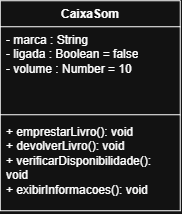
elias-ml-dev/poo-atividades keeps this draw.io diagram as exercicio-caixa-som/diagrama-caixa-som.drawio.png. Above is the earlier version. Source tidied: cells renumbered, new cells last; positions are measured from the earlier drawing's top-left corner, leaving out a move shared by most shapes.
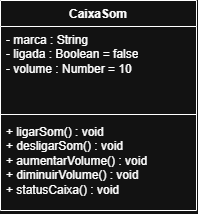
The same file after the commit.

Commit message:
Atualiza diagramas de classe UML da CaixaSom e Livro

What changed in the source:
```diff
@@ -3,16 +3,16 @@
     <mxCell id="0" />
     <mxCell id="1" parent="0" />
     <mxCell id="2" value="CaixaSom" style="swimlane;fontStyle=1;align=center;verticalAlign=top;horizontal=1;startSize=26;whiteSpace=wrap;html=1;labelBackgroundColor=none;rounded=0;" parent="1" vertex="1">
-      <mxGeometry width="180" height="210" as="geometry" />
+      <mxGeometry width="196" height="210" as="geometry" />
     </mxCell>
     <mxCell id="3" value="- marca : String&lt;div&gt;- ligada : Boolean = false&lt;/div&gt;&lt;div&gt;- volume : Number = 10&lt;/div&gt;" style="text;strokeColor=none;fillColor=none;align=left;verticalAlign=top;spacingLeft=4;spacingRight=4;overflow=hidden;whiteSpace=wrap;html=1;labelBackgroundColor=none;rounded=0;" parent="2" vertex="1">
-      <mxGeometry y="26" width="180" height="84" as="geometry" />
+      <mxGeometry y="26" width="196" height="84" as="geometry" />
     </mxCell>
     <mxCell id="4" style="line;strokeWidth=1;fillColor=none;align=left;verticalAlign=middle;spacingTop=-1;spacingLeft=3;spacingRight=3;labelPosition=right;labelBackgroundColor=none;rounded=0;" parent="2" vertex="1">
-      <mxGeometry y="110" width="180" height="8" as="geometry" />
+      <mxGeometry y="110" width="196" height="8" as="geometry" />
     </mxCell>
-    <mxCell id="5" value="+ emprestarLivro(): void&lt;div&gt;+&amp;nbsp;devolverLivro(): void&lt;/div&gt;&lt;div&gt;+&amp;nbsp;verificarDisponibilidade(): void&lt;/div&gt;&lt;div&gt;+ exibirInformacoes(): void&lt;br&gt;&lt;div&gt;&lt;br&gt;&lt;/div&gt;&lt;/div&gt;" style="text;align=left;verticalAlign=top;spacingLeft=4;spacingRight=4;overflow=hidden;whiteSpace=wrap;html=1;labelBackgroundColor=none;rounded=0;" parent="2" vertex="1">
-      <mxGeometry y="118" width="180" height="92" as="geometry" />
+    <mxCell id="5" value="+ ligarSom() : void&lt;div&gt;+&amp;nbsp;desligarSom() : void&lt;/div&gt;&lt;div&gt;+&amp;nbsp;aumentarVolume() : void&lt;/div&gt;&lt;div&gt;+ diminuirVolume() : void&lt;br&gt;&lt;div&gt;+ statusCaixa() : void&lt;/div&gt;&lt;/div&gt;" style="text;align=left;verticalAlign=top;spacingLeft=4;spacingRight=4;overflow=hidden;whiteSpace=wrap;html=1;labelBackgroundColor=none;rounded=0;" parent="2" vertex="1">
+      <mxGeometry y="118" width="196" height="92" as="geometry" />
     </mxCell>
   </root>
 </mxGraphModel>
```
